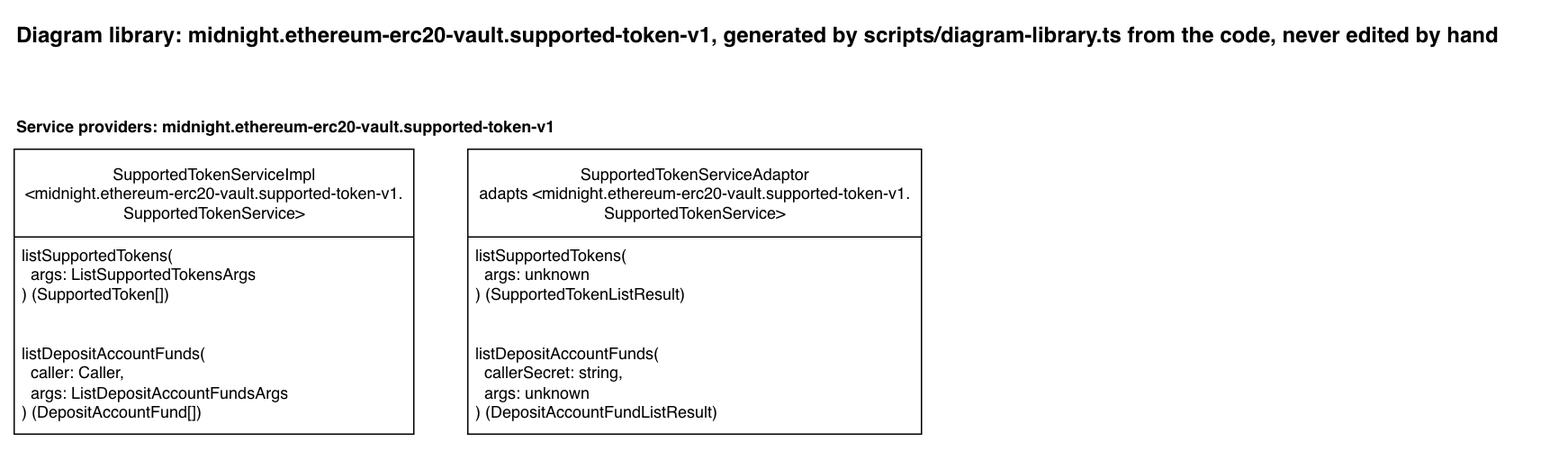
Before: docs/diagram-library/midnight/ethereum-erc20-vault/supported-token-v1/diagram-library.drawio.png, a diagram exported from draw.io (sig-net/full-stack-demo). Source tidied: cells renumbered, new cells last; positions are measured from the earlier drawing's top-left corner, leaving out a move shared by most shapes.
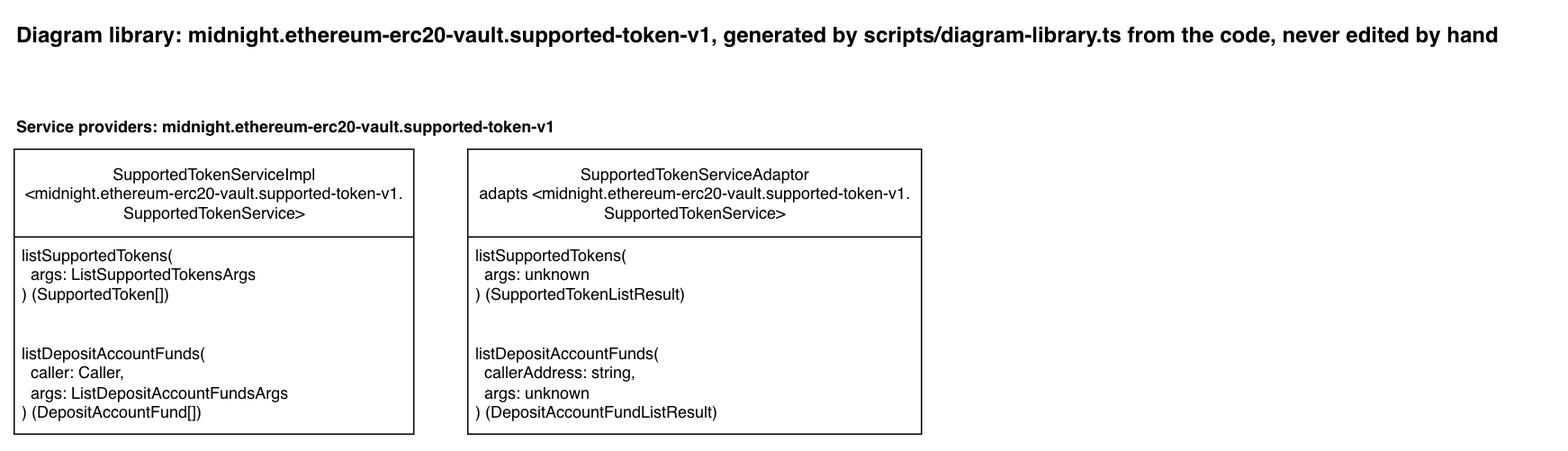
After the commit.

Change to the diagram source:
```diff
@@ -23,7 +23,7 @@
     <mxCell id="8" value="listSupportedTokens(&lt;br&gt;&amp;nbsp; args: unknown&lt;br&gt;) (SupportedTokenListResult)" style="text;strokeColor=none;fillColor=none;align=left;verticalAlign=top;spacingLeft=4;spacingRight=4;overflow=hidden;whiteSpace=wrap;html=1;" parent="7" vertex="1">
       <mxGeometry y="65" width="336" height="73" as="geometry" />
     </mxCell>
-    <mxCell id="9" value="listDepositAccountFunds(&lt;br&gt;&amp;nbsp; callerSecret: string,&lt;br&gt;&amp;nbsp; args: unknown&lt;br&gt;) (DepositAccountFundListResult)" style="text;strokeColor=none;fillColor=none;align=left;verticalAlign=top;spacingLeft=4;spacingRight=4;overflow=hidden;whiteSpace=wrap;html=1;" parent="7" vertex="1">
+    <mxCell id="9" value="listDepositAccountFunds(&lt;br&gt;&amp;nbsp; callerAddress: string,&lt;br&gt;&amp;nbsp; args: unknown&lt;br&gt;) (DepositAccountFundListResult)" style="text;strokeColor=none;fillColor=none;align=left;verticalAlign=top;spacingLeft=4;spacingRight=4;overflow=hidden;whiteSpace=wrap;html=1;" parent="7" vertex="1">
       <mxGeometry y="138" width="336" height="73" as="geometry" />
     </mxCell>
   </root>
```
